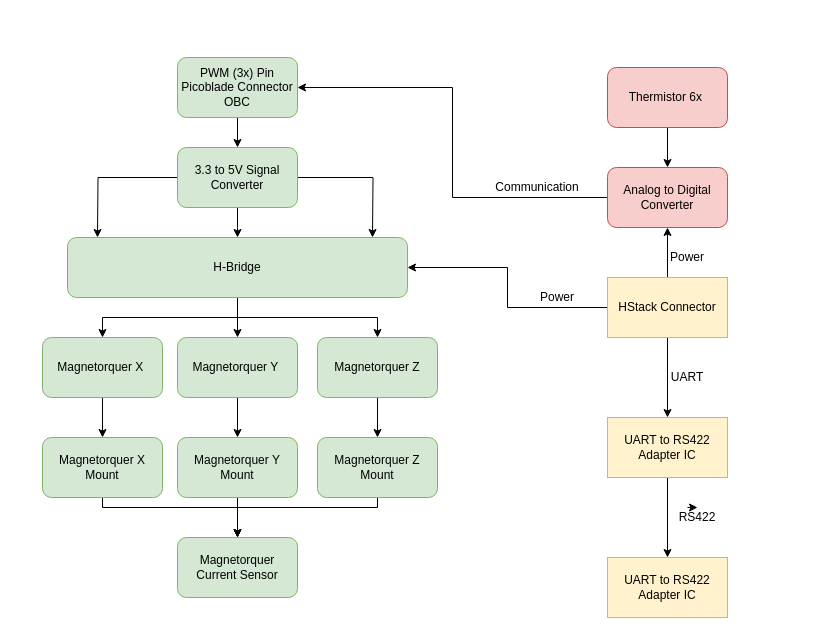
This is Space Segment/BOARDS/Boards -- DavidSummer2020/CustomBoard2BlockDiagram.drawio from cubesat-project/CubeSat, a draw.io file, before an edit. Source tidied: cells renumbered, new cells numbered last; positions are measured from the earlier drawing's top-left corner, leaving out a move shared by most shapes. Both pictures are drawn from the tidied source at 100%, with x=0, y=0 at pixel (42, 57).
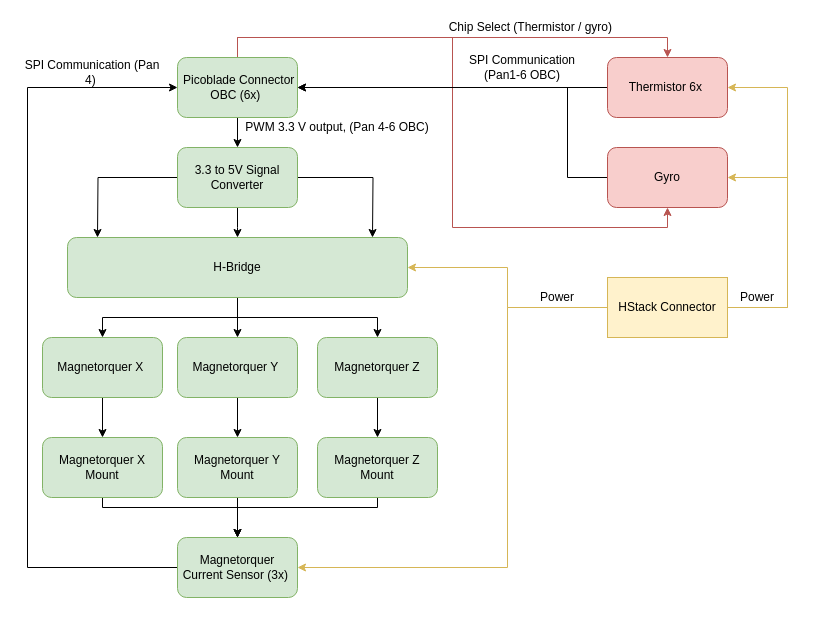
The same page after the edit.

Unchanged cells that the change refers to:
```xml
<mxCell id="5" value="HStack Connector" style="rounded=0;whiteSpace=wrap;html=1;fillColor=#fff2cc;strokeColor=#d6b656;" parent="1" vertex="1">
  <mxGeometry x="565" y="220" width="120" height="60" as="geometry" />
</mxCell>
<mxCell id="28" value="H-Bridge" style="rounded=1;whiteSpace=wrap;html=1;fillColor=#d5e8d4;strokeColor=#82b366;" parent="1" vertex="1">
  <mxGeometry x="25" y="180" width="340" height="60" as="geometry" />
</mxCell>
```

The edit, as a diff of the source:
```diff
@@
-    <mxCell id="2" style="edgeStyle=orthogonalEdgeStyle;rounded=0;jettySize=auto;html=1;" parent="1" edge="1" source="5" target="30">
-      <mxGeometry relative="1" as="geometry" />
-    </mxCell>
-    <mxCell id="3" style="edgeStyle=orthogonalEdgeStyle;rounded=0;jettySize=auto;html=1;entryX=1;entryY=0.5;entryDx=0;entryDy=0;" parent="1" edge="1" source="5" target="28">
+    <mxCell id="3" style="edgeStyle=orthogonalEdgeStyle;rounded=0;jettySize=auto;html=1;entryX=1;entryY=0.5;entryDx=0;entryDy=0;fillColor=#fff2cc;strokeColor=#d6b656;" parent="1" edge="1" source="5" target="28">
       <mxGeometry relative="1" as="geometry" />
     </mxCell>
-    <mxCell id="4" style="edgeStyle=orthogonalEdgeStyle;rounded=0;jettySize=auto;html=1;" parent="1" edge="1" source="5" target="37">
-      <mxGeometry relative="1" as="geometry" />
-    </mxCell>
+    <mxCell id="42" style="edgeStyle=orthogonalEdgeStyle;rounded=0;jettySize=auto;html=1;exitX=1;exitY=0.5;exitDx=0;exitDy=0;entryX=1;entryY=0.5;entryDx=0;entryDy=0;fillColor=#fff2cc;strokeColor=#d6b656;" parent="1" edge="1" source="5" target="50">
+      <mxGeometry relative="1" as="geometry">
+        <Array as="points">
+          <mxPoint x="745" y="250" />
+          <mxPoint x="745" y="120" />
+        </Array>
+      </mxGeometry>
+    </mxCell>
+    <mxCell id="43" style="edgeStyle=orthogonalEdgeStyle;rounded=0;jettySize=auto;html=1;exitX=1;exitY=0.5;exitDx=0;exitDy=0;entryX=1;entryY=0.5;entryDx=0;entryDy=0;fillColor=#fff2cc;strokeColor=#d6b656;" parent="1" edge="1" source="5" target="34">
+      <mxGeometry relative="1" as="geometry">
+        <Array as="points">
+          <mxPoint x="745" y="250" />
+          <mxPoint x="745" y="30" />
+        </Array>
+      </mxGeometry>
+    </mxCell>
+    <mxCell id="44" style="edgeStyle=orthogonalEdgeStyle;rounded=0;jettySize=auto;html=1;entryX=1;entryY=0.5;entryDx=0;entryDy=0;fillColor=#fff2cc;strokeColor=#d6b656;" parent="1" edge="1" source="5" target="12">
+      <mxGeometry relative="1" as="geometry">
+        <Array as="points">
+          <mxPoint x="465" y="250" />
+          <mxPoint x="465" y="510" />
+        </Array>
+      </mxGeometry>
+    </mxCell>
@@
+    <mxCell id="45" style="edgeStyle=orthogonalEdgeStyle;rounded=0;jettySize=auto;html=1;entryX=0;entryY=0.5;entryDx=0;entryDy=0;" parent="1" edge="1" source="12" target="18">
+      <mxGeometry relative="1" as="geometry">
+        <Array as="points">
+          <mxPoint x="-15" y="510" />
+          <mxPoint x="-15" y="30" />
+        </Array>
+      </mxGeometry>
+    </mxCell>
-    <mxCell id="12" value="Magnetorquer Current Sensor" style="rounded=1;whiteSpace=wrap;html=1;fillColor=#d5e8d4;strokeColor=#82b366;" parent="1" vertex="1">
+    <mxCell id="12" value="Magnetorquer Current Sensor (3x)&amp;nbsp;" style="rounded=1;whiteSpace=wrap;html=1;fillColor=#d5e8d4;strokeColor=#82b366;" parent="1" vertex="1">
       <mxGeometry x="135" y="480" width="120" height="60" as="geometry" />
     </mxCell>
@@
+    <mxCell id="46" style="edgeStyle=orthogonalEdgeStyle;rounded=0;jettySize=auto;html=1;entryX=0.5;entryY=0;entryDx=0;entryDy=0;fillColor=#f8cecc;strokeColor=#b85450;" parent="1" edge="1" source="18" target="34">
+      <mxGeometry relative="1" as="geometry">
+        <Array as="points">
+          <mxPoint x="195" y="-20" />
+          <mxPoint x="625" y="-20" />
+        </Array>
+      </mxGeometry>
+    </mxCell>
+    <mxCell id="47" style="edgeStyle=orthogonalEdgeStyle;rounded=0;jettySize=auto;html=1;exitX=0.5;exitY=0;exitDx=0;exitDy=0;entryX=0.5;entryY=1;entryDx=0;entryDy=0;fillColor=#f8cecc;strokeColor=#b85450;" parent="1" edge="1" source="18" target="50">
+      <mxGeometry relative="1" as="geometry" />
+    </mxCell>
-    <mxCell id="18" value="PWM (3x) Pin Picoblade Connector OBC" style="rounded=1;whiteSpace=wrap;html=1;fillColor=#d5e8d4;strokeColor=#82b366;" parent="1" vertex="1">
+    <mxCell id="18" value="&amp;nbsp;Picoblade Connector OBC (6x)&amp;nbsp;" style="rounded=1;whiteSpace=wrap;html=1;fillColor=#d5e8d4;strokeColor=#82b366;" parent="1" vertex="1">
       <mxGeometry x="135" width="120" height="60" as="geometry" />
     </mxCell>
@@
-    <mxCell id="29" style="edgeStyle=orthogonalEdgeStyle;rounded=0;jettySize=auto;html=1;entryX=1;entryY=0.5;entryDx=0;entryDy=0;" parent="1" edge="1" source="30" target="18">
-      <mxGeometry relative="1" as="geometry" />
-    </mxCell>
-    <mxCell id="30" value="Analog to Digital Converter" style="rounded=1;whiteSpace=wrap;html=1;fillColor=#f8cecc;strokeColor=#b85450;" parent="1" vertex="1">
-      <mxGeometry x="565" y="110" width="120" height="60" as="geometry" />
-    </mxCell>
@@
     <mxCell id="32" value="Power" style="text;html=1;strokeColor=none;fillColor=none;align=center;verticalAlign=middle;whiteSpace=wrap;rounded=0;" parent="1" vertex="1">
-      <mxGeometry x="625" y="190" width="40" height="20" as="geometry" />
+      <mxGeometry x="695" y="230" width="40" height="20" as="geometry" />
     </mxCell>
-    <mxCell id="33" style="edgeStyle=orthogonalEdgeStyle;rounded=0;jettySize=auto;html=1;" parent="1" edge="1" source="34" target="30">
-      <mxGeometry relative="1" as="geometry" />
-    </mxCell>
+    <mxCell id="48" style="edgeStyle=orthogonalEdgeStyle;rounded=0;jettySize=auto;html=1;exitX=0;exitY=0.5;exitDx=0;exitDy=0;entryX=1;entryY=0.5;entryDx=0;entryDy=0;" parent="1" edge="1" source="34" target="18">
+      <mxGeometry relative="1" as="geometry" />
+    </mxCell>
     <mxCell id="34" value="Thermistor 6x&amp;nbsp;" style="rounded=1;whiteSpace=wrap;html=1;fillColor=#f8cecc;strokeColor=#b85450;" parent="1" vertex="1">
-      <mxGeometry x="565" y="10" width="120" height="60" as="geometry" />
+      <mxGeometry x="565" width="120" height="60" as="geometry" />
     </mxCell>
-    <mxCell id="35" value="Communication" style="text;html=1;strokeColor=none;fillColor=none;align=center;verticalAlign=middle;whiteSpace=wrap;rounded=0;" parent="1" vertex="1">
-      <mxGeometry x="445" y="120" width="100" height="20" as="geometry" />
+    <mxCell id="35" value="SPI Communication (Pan1-6 OBC)" style="text;html=1;strokeColor=none;fillColor=none;align=center;verticalAlign=middle;whiteSpace=wrap;rounded=0;" parent="1" vertex="1">
+      <mxGeometry x="415" width="130" height="20" as="geometry" />
     </mxCell>
-    <mxCell id="36" style="edgeStyle=orthogonalEdgeStyle;rounded=0;jettySize=auto;html=1;" parent="1" edge="1" source="37" target="39">
-      <mxGeometry relative="1" as="geometry" />
-    </mxCell>
-    <mxCell id="37" value="UART to RS422 Adapter IC" style="rounded=0;whiteSpace=wrap;html=1;fillColor=#fff2cc;strokeColor=#d6b656;" parent="1" vertex="1">
-      <mxGeometry x="565" y="360" width="120" height="60" as="geometry" />
-    </mxCell>
-    <mxCell id="38" value="UART" style="text;html=1;strokeColor=none;fillColor=none;align=center;verticalAlign=middle;whiteSpace=wrap;rounded=0;" parent="1" vertex="1">
-      <mxGeometry x="625" y="310" width="40" height="20" as="geometry" />
-    </mxCell>
-    <mxCell id="39" value="UART to RS422 Adapter IC" style="rounded=0;whiteSpace=wrap;html=1;fillColor=#fff2cc;strokeColor=#d6b656;" parent="1" vertex="1">
-      <mxGeometry x="565" y="500" width="120" height="60" as="geometry" />
-    </mxCell>
-    <mxCell id="40" value="RS422" style="text;html=1;strokeColor=none;fillColor=none;align=center;verticalAlign=middle;whiteSpace=wrap;rounded=0;" parent="1" vertex="1">
-      <mxGeometry x="635" y="450" width="40" height="20" as="geometry" />
-    </mxCell>
-    <mxCell id="41" style="edgeStyle=orthogonalEdgeStyle;rounded=0;orthogonalLoop=1;jettySize=auto;html=1;exitX=0.25;exitY=0;exitDx=0;exitDy=0;entryX=0.5;entryY=0;entryDx=0;entryDy=0;" parent="1" edge="1" source="40" target="40">
-      <mxGeometry relative="1" as="geometry" />
-    </mxCell>
+    <mxCell id="49" style="edgeStyle=orthogonalEdgeStyle;rounded=0;jettySize=auto;html=1;entryX=1;entryY=0.5;entryDx=0;entryDy=0;" parent="1" edge="1" source="50" target="18">
+      <mxGeometry relative="1" as="geometry">
+        <Array as="points">
+          <mxPoint x="525" y="120" />
+          <mxPoint x="525" y="30" />
+        </Array>
+      </mxGeometry>
+    </mxCell>
+    <mxCell id="50" value="Gyro" style="rounded=1;whiteSpace=wrap;html=1;fillColor=#f8cecc;strokeColor=#b85450;" parent="1" vertex="1">
+      <mxGeometry x="565" y="90" width="120" height="60" as="geometry" />
+    </mxCell>
+    <mxCell id="51" value="PWM 3.3 V output, (Pan 4-6 OBC)" style="text;html=1;strokeColor=none;fillColor=none;align=center;verticalAlign=middle;whiteSpace=wrap;rounded=0;" parent="1" vertex="1">
+      <mxGeometry x="195" y="60" width="200" height="20" as="geometry" />
+    </mxCell>
+    <mxCell id="52" value="SPI Communication (Pan 4)&amp;nbsp;" style="text;html=1;strokeColor=none;fillColor=none;align=center;verticalAlign=middle;whiteSpace=wrap;rounded=0;" parent="1" vertex="1">
+      <mxGeometry x="-25" width="150" height="30" as="geometry" />
+    </mxCell>
+    <mxCell id="53" value="Chip Select (Thermistor / gyro)&amp;nbsp;" style="text;html=1;strokeColor=none;fillColor=none;align=center;verticalAlign=middle;whiteSpace=wrap;rounded=0;" parent="1" vertex="1">
+      <mxGeometry x="395" y="-40" width="190" height="20" as="geometry" />
+    </mxCell>
```
